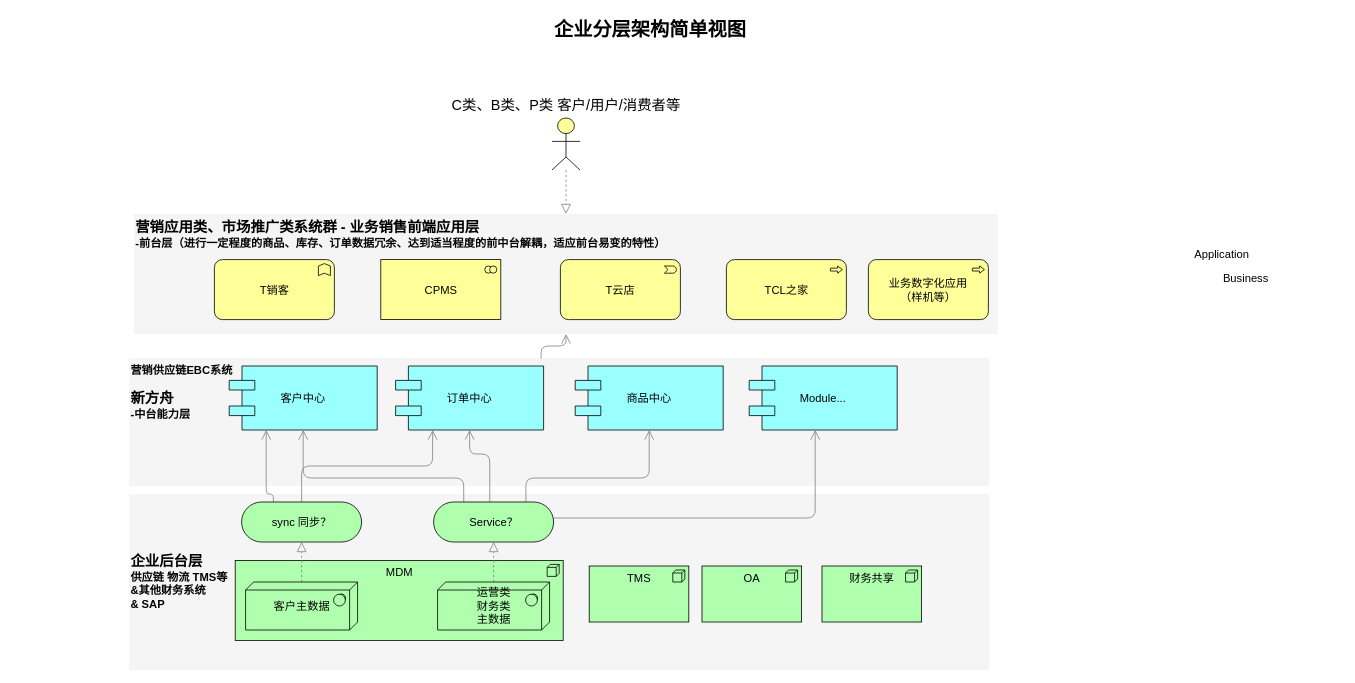
lawplus/diagrams keeps this draw.io diagram as 新方舟.drawio. Above is the earlier version. Source tidied: cells renumbered, new cells numbered last; positions are measured from the earlier drawing's top-left corner, leaving out a move shared by most shapes. Both pictures are drawn from the tidied source at 80%, with x=0, y=0 at pixel (14, 14).
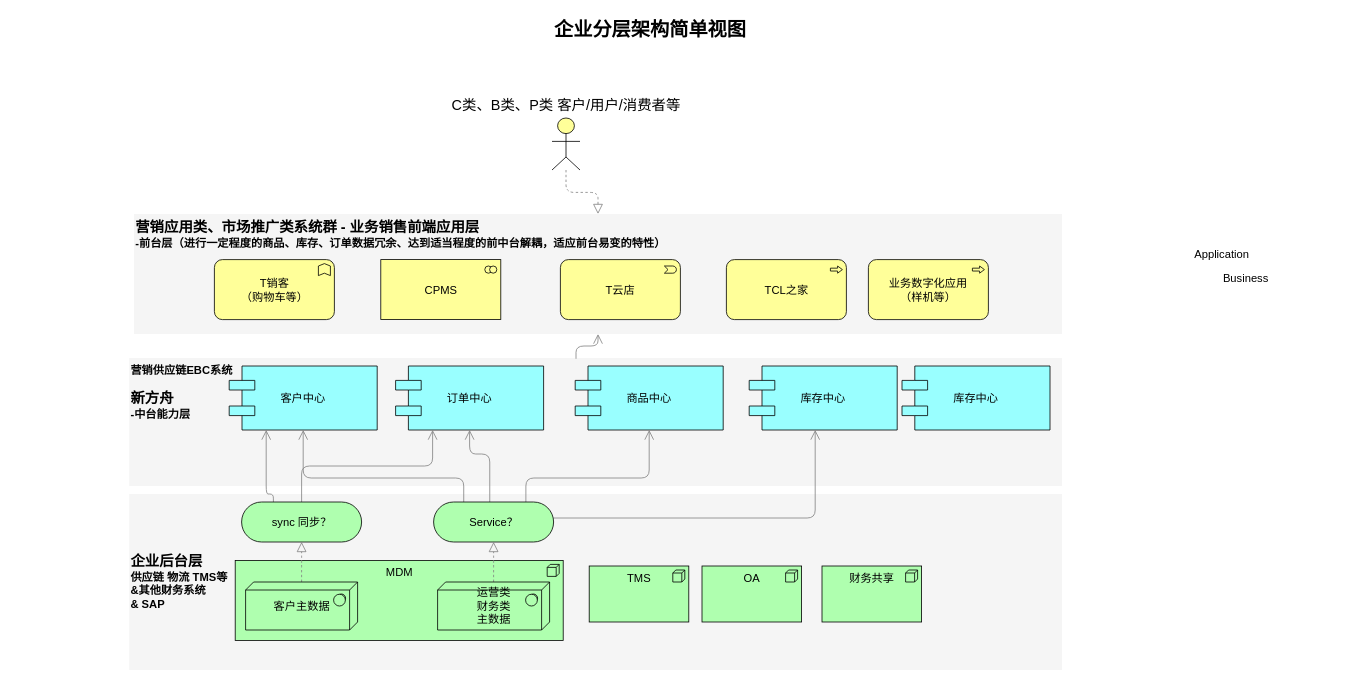
The same diagram, later.

Diff of the diagram source:
```diff
@@
     <mxCell id="2" value="&lt;b&gt;&lt;font style=&quot;font-size: 18px&quot;&gt;企业后台层&lt;/font&gt;&lt;br&gt;供应链 物流 TMS等&lt;br&gt;&amp;amp;其他财务系统&lt;br&gt;&amp;amp; SAP&lt;/b&gt;" style="whiteSpace=wrap;html=1;strokeColor=none;strokeWidth=1;fillColor=#f5f5f5;fontSize=14;align=left;" parent="1" vertex="1">
-      <mxGeometry x="144" y="600" width="1075" height="220" as="geometry" />
+      <mxGeometry x="144" y="600" width="1166" height="220" as="geometry" />
     </mxCell>
     <mxCell id="3" value="&lt;b&gt;营销供应链EBC系统&lt;br&gt;&lt;br&gt;&lt;font style=&quot;font-size: 18px&quot;&gt;新方舟&lt;/font&gt;&lt;br&gt;-中台能力层&lt;br&gt;&lt;/b&gt;" style="whiteSpace=wrap;html=1;strokeColor=none;strokeWidth=1;fillColor=#f5f5f5;fontSize=14;align=left;verticalAlign=top;" parent="1" vertex="1">
-      <mxGeometry x="144" y="430" width="1075" height="160" as="geometry" />
+      <mxGeometry x="144" y="430" width="1166" height="160" as="geometry" />
     </mxCell>
     <mxCell id="4" value="&lt;b&gt;&lt;font style=&quot;font-size: 18px&quot;&gt;营销应用类、市场推广类系统群 - 业务销售前端应用层&lt;/font&gt;&lt;br&gt;-前台层（进行一定程度的商品、库存、订单数据冗余、达到适当程度的前中台解耦，适应前台易变的特性）&lt;br&gt;&lt;/b&gt;" style="whiteSpace=wrap;html=1;strokeColor=none;strokeWidth=1;fillColor=#f5f5f5;fontSize=14;align=left;verticalAlign=top;" parent="1" vertex="1">
-      <mxGeometry x="150" y="250" width="1080" height="150" as="geometry" />
+      <mxGeometry x="150" y="250" width="1160" height="150" as="geometry" />
     </mxCell>
@@
-    <mxCell id="22" value="Module..." style="shape=component;align=center;fillColor=#99ffff;gradientColor=none;fontSize=14;" parent="1" vertex="1">
+    <mxCell id="22" value="库存中心" style="shape=component;align=center;fillColor=#99ffff;gradientColor=none;fontSize=14;" parent="1" vertex="1">
       <mxGeometry x="919" y="440" width="185" height="80" as="geometry" />
     </mxCell>
-    <mxCell id="23" value="T销客" style="html=1;whiteSpace=wrap;fillColor=#ffff99;shape=mxgraph.archimate3.application;appType=func;archiType=rounded;fontSize=14;" parent="1" vertex="1">
+    <mxCell id="23" value="T销客&lt;br&gt;（购物车等）" style="html=1;whiteSpace=wrap;fillColor=#ffff99;shape=mxgraph.archimate3.application;appType=func;archiType=rounded;fontSize=14;" parent="1" vertex="1">
       <mxGeometry x="250.5" y="307" width="150" height="75" as="geometry" />
     </mxCell>
@@
+    <mxCell id="37" value="库存中心" style="shape=component;align=center;fillColor=#99ffff;gradientColor=none;fontSize=14;" parent="1" vertex="1">
+      <mxGeometry x="1110" y="440" width="185" height="80" as="geometry" />
+    </mxCell>
```
